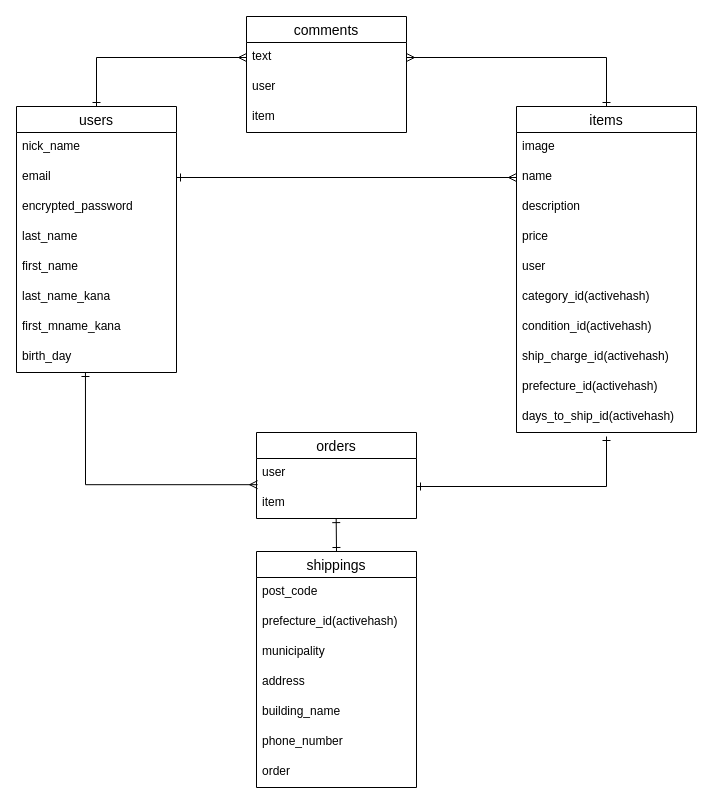
Kazuki3dayo/furima-31103 keeps this draw.io diagram as page "ページ1" (1 of 2) of ER.dio. Above is the earlier version. Source tidied: cells renumbered, new cells numbered last; positions are measured from the earlier drawing's top-left corner, leaving out a move shared by most shapes. Both pictures are drawn from the tidied source at 100%, with x=0, y=0 at pixel (16, 16).
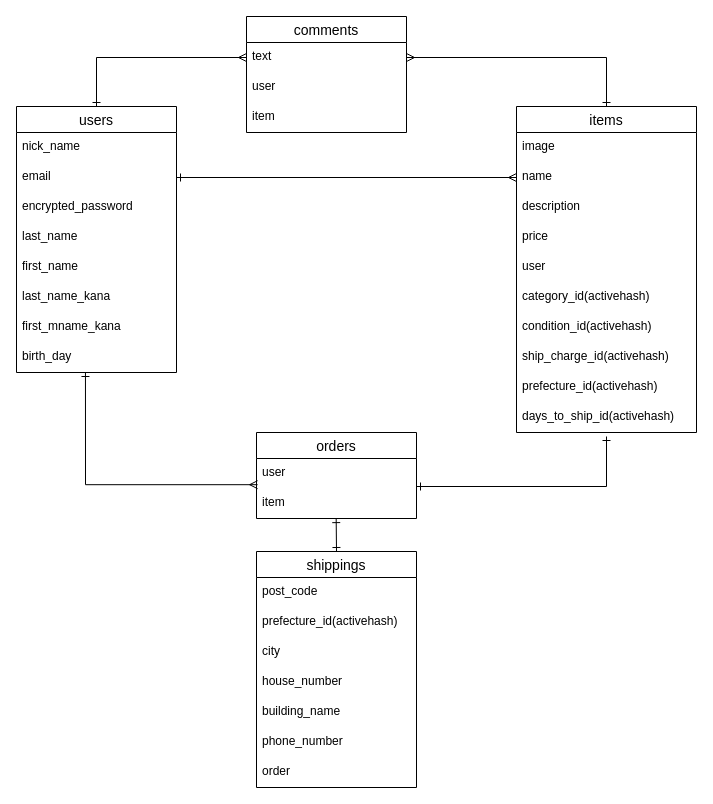
The same page after the edit.

The change refers to these unchanged cells:
```xml
<mxCell id="35" value="shippings" style="swimlane;fontStyle=0;horizontal=1;startSize=26;align=center;fontSize=14;" parent="1" vertex="1">
  <mxGeometry x="240" y="535" width="160" height="236" as="geometry" />
</mxCell>
```

Change to the diagram source:
```diff
@@
-    <mxCell id="38" value="municipality" style="text;strokeColor=none;fillColor=none;spacingLeft=4;spacingRight=4;overflow=hidden;fontSize=12;" parent="35" vertex="1">
+    <mxCell id="38" value="city" style="text;strokeColor=none;fillColor=none;spacingLeft=4;spacingRight=4;overflow=hidden;fontSize=12;" parent="35" vertex="1">
       <mxGeometry y="86" width="160" height="30" as="geometry" />
     </mxCell>
-    <mxCell id="39" value="address" style="text;strokeColor=none;fillColor=none;spacingLeft=4;spacingRight=4;overflow=hidden;fontSize=12;" parent="35" vertex="1">
+    <mxCell id="39" value="house_number" style="text;strokeColor=none;fillColor=none;spacingLeft=4;spacingRight=4;overflow=hidden;fontSize=12;" parent="35" vertex="1">
       <mxGeometry y="116" width="160" height="30" as="geometry" />
     </mxCell>
```
